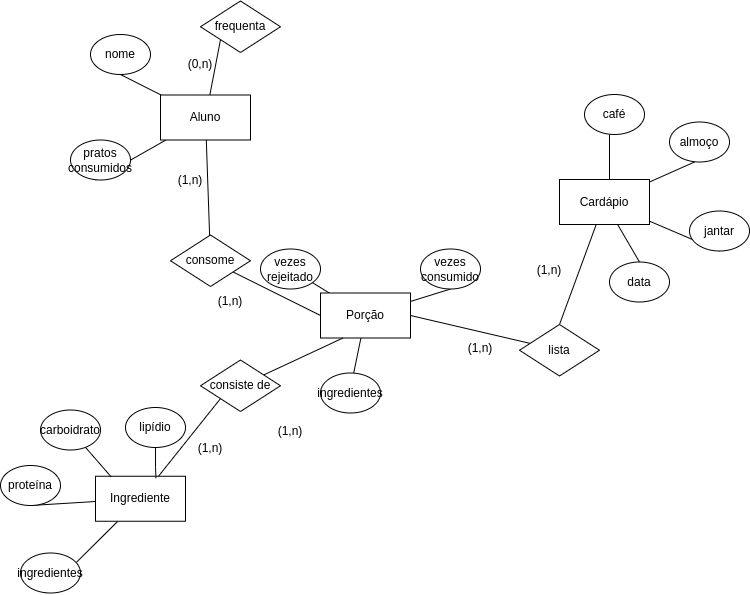
This is lab03/images/ER.png from yvensiveis/mc536, a draw.io export, as it was before one commit. Source tidied: cells renumbered, new cells last; positions are measured from the earlier drawing's top-left corner, leaving out a move shared by most shapes. The source it was exported from:
```xml
<mxGraphModel>
  <root>
    <mxCell id="0" />
    <mxCell id="1" parent="0" />
    <mxCell id="2" style="rounded=0;jettySize=auto;html=1;entryX=0.417;entryY=1;entryDx=0;entryDy=0;entryPerimeter=0;endArrow=none;endFill=0;" parent="1" edge="1" source="7" target="10">
      <mxGeometry relative="1" as="geometry" />
    </mxCell>
    <mxCell id="3" style="edgeStyle=orthogonalEdgeStyle;rounded=0;jettySize=auto;html=1;endArrow=none;endFill=0;" parent="1" edge="1" source="7" target="9">
      <mxGeometry relative="1" as="geometry">
        <Array as="points">
          <mxPoint x="609" y="160.5" />
          <mxPoint x="609" y="160.5" />
        </Array>
      </mxGeometry>
    </mxCell>
    <mxCell id="4" style="rounded=0;jettySize=auto;html=1;entryX=0.5;entryY=1;entryDx=0;entryDy=0;endArrow=none;endFill=0;" parent="1" edge="1" source="7" target="11">
      <mxGeometry relative="1" as="geometry" />
    </mxCell>
    <mxCell id="5" style="rounded=0;jettySize=auto;html=1;entryX=0.5;entryY=0;entryDx=0;entryDy=0;endArrow=none;endFill=0;" parent="1" edge="1" source="7" target="12">
      <mxGeometry relative="1" as="geometry" />
    </mxCell>
    <mxCell id="6" style="rounded=0;jettySize=auto;html=1;entryX=0.5;entryY=0;entryDx=0;entryDy=0;endArrow=none;endFill=0;" parent="1" edge="1" source="7" target="33">
      <mxGeometry relative="1" as="geometry" />
    </mxCell>
    <mxCell id="7" style="rounded=0;whiteSpace=wrap;html=1;" parent="1" vertex="1">
      <mxGeometry x="559" y="178" width="90" height="45" as="geometry" />
    </mxCell>
    <mxCell id="8" value="Cardápio" style="text;html=1;strokeColor=none;fillColor=none;align=center;verticalAlign=middle;whiteSpace=wrap;rounded=0;" parent="1" vertex="1">
      <mxGeometry x="574" y="185.5" width="60" height="30" as="geometry" />
    </mxCell>
    <mxCell id="9" value="café" style="ellipse;whiteSpace=wrap;html=1;" parent="1" vertex="1">
      <mxGeometry x="584" y="93" width="60" height="40" as="geometry" />
    </mxCell>
    <mxCell id="10" value="almoço" style="ellipse;whiteSpace=wrap;html=1;" parent="1" vertex="1">
      <mxGeometry x="669" y="120.5" width="60" height="40" as="geometry" />
    </mxCell>
    <mxCell id="11" value="jantar" style="ellipse;whiteSpace=wrap;html=1;" parent="1" vertex="1">
      <mxGeometry x="689" y="209.5" width="60" height="40" as="geometry" />
    </mxCell>
    <mxCell id="12" value="data" style="ellipse;whiteSpace=wrap;html=1;" parent="1" vertex="1">
      <mxGeometry x="609" y="260.5" width="60" height="40" as="geometry" />
    </mxCell>
    <mxCell id="13" style="rounded=0;jettySize=auto;html=1;entryX=0.417;entryY=1;entryDx=0;entryDy=0;entryPerimeter=0;endArrow=none;endFill=0;" parent="1" edge="1" source="16" target="18">
      <mxGeometry relative="1" as="geometry" />
    </mxCell>
    <mxCell id="14" style="rounded=0;jettySize=auto;html=1;entryX=0.5;entryY=1;entryDx=0;entryDy=0;endArrow=none;endFill=0;" parent="1" edge="1" source="16" target="19">
      <mxGeometry relative="1" as="geometry" />
    </mxCell>
    <mxCell id="15" style="rounded=0;jettySize=auto;html=1;entryX=0;entryY=1;entryDx=0;entryDy=0;endArrow=none;endFill=0;" parent="1" edge="1" source="16" target="29">
      <mxGeometry relative="1" as="geometry" />
    </mxCell>
    <mxCell id="16" style="rounded=0;whiteSpace=wrap;html=1;" parent="1" vertex="1">
      <mxGeometry x="95" y="474.8" width="90" height="45" as="geometry" />
    </mxCell>
    <mxCell id="17" value="Ingrediente" style="text;html=1;strokeColor=none;fillColor=none;align=center;verticalAlign=middle;whiteSpace=wrap;rounded=0;" parent="1" vertex="1">
      <mxGeometry x="110" y="482.2" width="60" height="30" as="geometry" />
    </mxCell>
    <mxCell id="18" value="ingredientes" style="ellipse;whiteSpace=wrap;html=1;" parent="1" vertex="1">
      <mxGeometry x="20" y="551.5" width="60" height="40" as="geometry" />
    </mxCell>
    <mxCell id="19" value="proteína" style="ellipse;whiteSpace=wrap;html=1;" parent="1" vertex="1">
      <mxGeometry y="464" width="60" height="40" as="geometry" />
    </mxCell>
    <mxCell id="20" style="rounded=0;jettySize=auto;html=1;entryX=0.417;entryY=1;entryDx=0;entryDy=0;entryPerimeter=0;endArrow=none;endFill=0;" parent="1" edge="1" source="23" target="26">
      <mxGeometry relative="1" as="geometry" />
    </mxCell>
    <mxCell id="21" style="rounded=0;jettySize=auto;html=1;endArrow=none;endFill=0;" parent="1" edge="1" source="23" target="25">
      <mxGeometry relative="1" as="geometry" />
    </mxCell>
    <mxCell id="22" style="rounded=0;jettySize=auto;html=1;entryX=0.5;entryY=1;entryDx=0;entryDy=0;endArrow=none;endFill=0;" parent="1" edge="1" source="23" target="27">
      <mxGeometry relative="1" as="geometry" />
    </mxCell>
    <mxCell id="23" style="rounded=0;whiteSpace=wrap;html=1;" parent="1" vertex="1">
      <mxGeometry x="320" y="291.5" width="90" height="45" as="geometry" />
    </mxCell>
    <mxCell id="24" value="Porção" style="text;html=1;strokeColor=none;fillColor=none;align=center;verticalAlign=middle;whiteSpace=wrap;rounded=0;" parent="1" vertex="1">
      <mxGeometry x="335" y="299" width="60" height="30" as="geometry" />
    </mxCell>
    <mxCell id="25" value="vezes&lt;br&gt;rejeitado" style="ellipse;whiteSpace=wrap;html=1;" parent="1" vertex="1">
      <mxGeometry x="260" y="247.5" width="60" height="40" as="geometry" />
    </mxCell>
    <mxCell id="26" value="ingredientes" style="ellipse;whiteSpace=wrap;html=1;" parent="1" vertex="1">
      <mxGeometry x="320" y="371.5" width="60" height="40" as="geometry" />
    </mxCell>
    <mxCell id="27" value="vezes&lt;br&gt;consumido" style="ellipse;whiteSpace=wrap;html=1;" parent="1" vertex="1">
      <mxGeometry x="420" y="247.5" width="60" height="40" as="geometry" />
    </mxCell>
    <mxCell id="28" style="rounded=0;jettySize=auto;html=1;entryX=0.25;entryY=1;entryDx=0;entryDy=0;endArrow=none;endFill=0;" parent="1" edge="1" source="29" target="23">
      <mxGeometry relative="1" as="geometry" />
    </mxCell>
    <mxCell id="29" value="consiste de" style="rhombus;whiteSpace=wrap;html=1;" parent="1" vertex="1">
      <mxGeometry x="200" y="358.5" width="80" height="51.5" as="geometry" />
    </mxCell>
    <mxCell id="30" value="(1,n)" style="text;html=1;strokeColor=none;fillColor=none;align=center;verticalAlign=middle;whiteSpace=wrap;rounded=0;" parent="1" vertex="1">
      <mxGeometry x="180" y="431.5" width="60" height="30" as="geometry" />
    </mxCell>
    <mxCell id="31" value="(1,n)" style="text;html=1;strokeColor=none;fillColor=none;align=center;verticalAlign=middle;whiteSpace=wrap;rounded=0;" parent="1" vertex="1">
      <mxGeometry x="260" y="415" width="60" height="30" as="geometry" />
    </mxCell>
    <mxCell id="32" style="rounded=0;jettySize=auto;html=1;entryX=1;entryY=0.5;entryDx=0;entryDy=0;endArrow=none;endFill=0;" parent="1" edge="1" source="33" target="23">
      <mxGeometry relative="1" as="geometry" />
    </mxCell>
    <mxCell id="33" value="lista" style="rhombus;whiteSpace=wrap;html=1;" parent="1" vertex="1">
      <mxGeometry x="519" y="323" width="80" height="51.5" as="geometry" />
    </mxCell>
    <mxCell id="34" value="(1,n)" style="text;html=1;strokeColor=none;fillColor=none;align=center;verticalAlign=middle;whiteSpace=wrap;rounded=0;" parent="1" vertex="1">
      <mxGeometry x="450" y="331.5" width="60" height="30" as="geometry" />
    </mxCell>
    <mxCell id="35" style="rounded=0;jettySize=auto;html=1;entryX=0.174;entryY=0.013;entryDx=0;entryDy=0;entryPerimeter=0;endArrow=none;endFill=0;" parent="1" edge="1" source="36" target="16">
      <mxGeometry relative="1" as="geometry" />
    </mxCell>
    <mxCell id="36" value="carboidrato" style="ellipse;whiteSpace=wrap;html=1;" parent="1" vertex="1">
      <mxGeometry x="40" y="408.5" width="60" height="40" as="geometry" />
    </mxCell>
    <mxCell id="37" style="edgeStyle=orthogonalEdgeStyle;rounded=0;jettySize=auto;html=1;entryX=0.672;entryY=0.043;entryDx=0;entryDy=0;entryPerimeter=0;endArrow=none;endFill=0;" parent="1" edge="1" source="38" target="16">
      <mxGeometry relative="1" as="geometry" />
    </mxCell>
    <mxCell id="38" value="lipídio" style="ellipse;whiteSpace=wrap;html=1;" parent="1" vertex="1">
      <mxGeometry x="125" y="406" width="60" height="40" as="geometry" />
    </mxCell>
    <mxCell id="39" style="rounded=0;jettySize=auto;html=1;entryX=0.417;entryY=1;entryDx=0;entryDy=0;entryPerimeter=0;endArrow=none;endFill=0;" parent="1" edge="1" source="43" target="45">
      <mxGeometry relative="1" as="geometry" />
    </mxCell>
    <mxCell id="40" style="rounded=0;jettySize=auto;html=1;entryX=0.5;entryY=1;entryDx=0;entryDy=0;endArrow=none;endFill=0;" parent="1" edge="1" source="43" target="46">
      <mxGeometry relative="1" as="geometry" />
    </mxCell>
    <mxCell id="41" style="rounded=0;jettySize=auto;html=1;entryX=0;entryY=1;entryDx=0;entryDy=0;endArrow=none;endFill=0;" parent="1" edge="1" source="43" target="47">
      <mxGeometry relative="1" as="geometry" />
    </mxCell>
    <mxCell id="42" style="rounded=0;jettySize=auto;html=1;endArrow=none;endFill=0;" parent="1" edge="1" source="43" target="50">
      <mxGeometry relative="1" as="geometry" />
    </mxCell>
    <mxCell id="43" style="rounded=0;whiteSpace=wrap;html=1;" parent="1" vertex="1">
      <mxGeometry x="160" y="93.5" width="90" height="45" as="geometry" />
    </mxCell>
    <mxCell id="44" value="Aluno" style="text;html=1;strokeColor=none;fillColor=none;align=center;verticalAlign=middle;whiteSpace=wrap;rounded=0;" parent="1" vertex="1">
      <mxGeometry x="175" y="101" width="60" height="30" as="geometry" />
    </mxCell>
    <mxCell id="45" value="pratos consumidos" style="ellipse;whiteSpace=wrap;html=1;" parent="1" vertex="1">
      <mxGeometry x="70" y="138.5" width="60" height="40" as="geometry" />
    </mxCell>
    <mxCell id="46" value="nome" style="ellipse;whiteSpace=wrap;html=1;" parent="1" vertex="1">
      <mxGeometry x="90" y="33" width="60" height="40" as="geometry" />
    </mxCell>
    <mxCell id="47" value="frequenta" style="rhombus;whiteSpace=wrap;html=1;" parent="1" vertex="1">
      <mxGeometry x="200" y="-0.5" width="80" height="51.5" as="geometry" />
    </mxCell>
    <mxCell id="48" value="(0,n)" style="text;html=1;strokeColor=none;fillColor=none;align=center;verticalAlign=middle;whiteSpace=wrap;rounded=0;" parent="1" vertex="1">
      <mxGeometry x="170" y="48" width="60" height="30" as="geometry" />
    </mxCell>
    <mxCell id="49" style="rounded=0;jettySize=auto;html=1;entryX=0;entryY=0.5;entryDx=0;entryDy=0;endArrow=none;endFill=0;" parent="1" edge="1" source="50" target="23">
      <mxGeometry relative="1" as="geometry" />
    </mxCell>
    <mxCell id="50" value="consome" style="rhombus;whiteSpace=wrap;html=1;" parent="1" vertex="1">
      <mxGeometry x="170" y="233.5" width="80" height="51.5" as="geometry" />
    </mxCell>
    <mxCell id="51" value="(1,n)" style="text;html=1;strokeColor=none;fillColor=none;align=center;verticalAlign=middle;whiteSpace=wrap;rounded=0;" parent="1" vertex="1">
      <mxGeometry x="160" y="164" width="60" height="30" as="geometry" />
    </mxCell>
    <mxCell id="52" value="(1,n)" style="text;html=1;strokeColor=none;fillColor=none;align=center;verticalAlign=middle;whiteSpace=wrap;rounded=0;" parent="1" vertex="1">
      <mxGeometry x="200" y="285" width="60" height="30" as="geometry" />
    </mxCell>
    <mxCell id="53" value="(1,n)" style="text;html=1;strokeColor=none;fillColor=none;align=center;verticalAlign=middle;whiteSpace=wrap;rounded=0;" parent="1" vertex="1">
      <mxGeometry x="519" y="254" width="60" height="30" as="geometry" />
    </mxCell>
  </root>
</mxGraphModel>
```
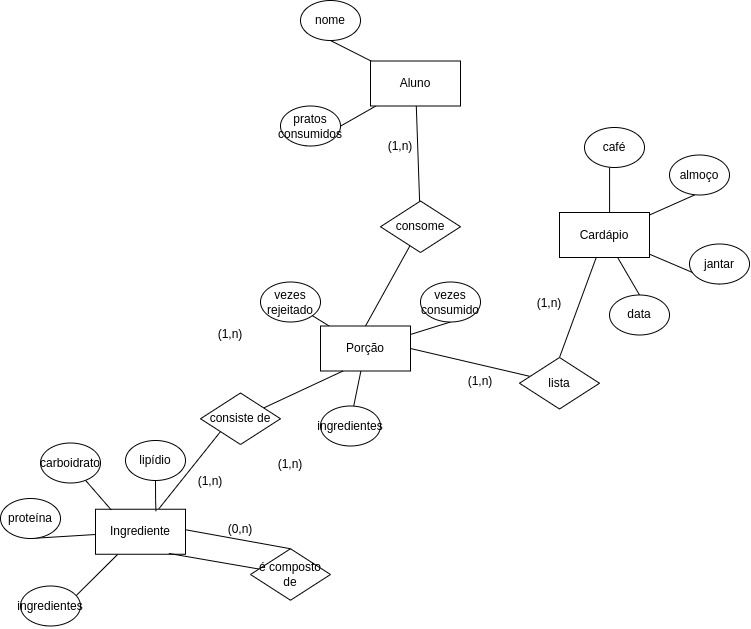
The same file after the commit.

What changed in the source:
```diff
@@ -118,50 +118,55 @@
     <mxCell id="38" value="lipídio" style="ellipse;whiteSpace=wrap;html=1;" parent="1" vertex="1">
       <mxGeometry x="125" y="406" width="60" height="40" as="geometry" />
     </mxCell>
-    <mxCell id="39" style="rounded=0;jettySize=auto;html=1;entryX=0.417;entryY=1;entryDx=0;entryDy=0;entryPerimeter=0;endArrow=none;endFill=0;" parent="1" edge="1" source="43" target="45">
+    <mxCell id="39" style="rounded=0;jettySize=auto;html=1;entryX=0.417;entryY=1;entryDx=0;entryDy=0;entryPerimeter=0;endArrow=none;endFill=0;" parent="1" edge="1" source="42" target="44">
       <mxGeometry relative="1" as="geometry" />
     </mxCell>
-    <mxCell id="40" style="rounded=0;jettySize=auto;html=1;entryX=0.5;entryY=1;entryDx=0;entryDy=0;endArrow=none;endFill=0;" parent="1" edge="1" source="43" target="46">
+    <mxCell id="40" style="rounded=0;jettySize=auto;html=1;entryX=0.5;entryY=1;entryDx=0;entryDy=0;endArrow=none;endFill=0;" parent="1" edge="1" source="42" target="45">
       <mxGeometry relative="1" as="geometry" />
     </mxCell>
-    <mxCell id="41" style="rounded=0;jettySize=auto;html=1;entryX=0;entryY=1;entryDx=0;entryDy=0;endArrow=none;endFill=0;" parent="1" edge="1" source="43" target="47">
+    <mxCell id="41" style="rounded=0;jettySize=auto;html=1;endArrow=none;endFill=0;" parent="1" edge="1" source="42" target="47">
       <mxGeometry relative="1" as="geometry" />
     </mxCell>
-    <mxCell id="42" style="rounded=0;jettySize=auto;html=1;endArrow=none;endFill=0;" parent="1" edge="1" source="43" target="50">
-      <mxGeometry relative="1" as="geometry" />
+    <mxCell id="42" style="rounded=0;whiteSpace=wrap;html=1;" parent="1" vertex="1">
+      <mxGeometry x="370" y="26.5" width="90" height="45" as="geometry" />
     </mxCell>
-    <mxCell id="43" style="rounded=0;whiteSpace=wrap;html=1;" parent="1" vertex="1">
-      <mxGeometry x="160" y="93.5" width="90" height="45" as="geometry" />
+    <mxCell id="43" value="Aluno" style="text;html=1;strokeColor=none;fillColor=none;align=center;verticalAlign=middle;whiteSpace=wrap;rounded=0;" parent="1" vertex="1">
+      <mxGeometry x="385" y="34" width="60" height="30" as="geometry" />
     </mxCell>
-    <mxCell id="44" value="Aluno" style="text;html=1;strokeColor=none;fillColor=none;align=center;verticalAlign=middle;whiteSpace=wrap;rounded=0;" parent="1" vertex="1">
-      <mxGeometry x="175" y="101" width="60" height="30" as="geometry" />
+    <mxCell id="44" value="pratos consumidos" style="ellipse;whiteSpace=wrap;html=1;" parent="1" vertex="1">
+      <mxGeometry x="280" y="71.5" width="60" height="40" as="geometry" />
     </mxCell>
-    <mxCell id="45" value="pratos consumidos" style="ellipse;whiteSpace=wrap;html=1;" parent="1" vertex="1">
-      <mxGeometry x="70" y="138.5" width="60" height="40" as="geometry" />
+    <mxCell id="45" value="nome" style="ellipse;whiteSpace=wrap;html=1;" parent="1" vertex="1">
+      <mxGeometry x="300" y="-34" width="60" height="40" as="geometry" />
     </mxCell>
-    <mxCell id="46" value="nome" style="ellipse;whiteSpace=wrap;html=1;" parent="1" vertex="1">
-      <mxGeometry x="90" y="33" width="60" height="40" as="geometry" />
+    <mxCell id="46" style="rounded=0;jettySize=auto;html=1;entryX=0.5;entryY=0;entryDx=0;entryDy=0;endArrow=none;endFill=0;" parent="1" edge="1" source="47" target="23">
+      <mxGeometry relative="1" as="geometry" />
     </mxCell>
-    <mxCell id="47" value="frequenta" style="rhombus;whiteSpace=wrap;html=1;" parent="1" vertex="1">
-      <mxGeometry x="200" y="-0.5" width="80" height="51.5" as="geometry" />
+    <mxCell id="47" value="consome" style="rhombus;whiteSpace=wrap;html=1;" parent="1" vertex="1">
+      <mxGeometry x="380" y="166.5" width="80" height="51.5" as="geometry" />
     </mxCell>
-    <mxCell id="48" value="(0,n)" style="text;html=1;strokeColor=none;fillColor=none;align=center;verticalAlign=middle;whiteSpace=wrap;rounded=0;" parent="1" vertex="1">
-      <mxGeometry x="170" y="48" width="60" height="30" as="geometry" />
+    <mxCell id="48" value="(1,n)" style="text;html=1;strokeColor=none;fillColor=none;align=center;verticalAlign=middle;whiteSpace=wrap;rounded=0;" parent="1" vertex="1">
+      <mxGeometry x="370" y="97" width="60" height="30" as="geometry" />
     </mxCell>
-    <mxCell id="49" style="rounded=0;jettySize=auto;html=1;entryX=0;entryY=0.5;entryDx=0;entryDy=0;endArrow=none;endFill=0;" parent="1" edge="1" source="50" target="23">
-      <mxGeometry relative="1" as="geometry" />
+    <mxCell id="49" value="(1,n)" style="text;html=1;strokeColor=none;fillColor=none;align=center;verticalAlign=middle;whiteSpace=wrap;rounded=0;" parent="1" vertex="1">
+      <mxGeometry x="200" y="285" width="60" height="30" as="geometry" />
     </mxCell>
-    <mxCell id="50" value="consome" style="rhombus;whiteSpace=wrap;html=1;" parent="1" vertex="1">
-      <mxGeometry x="170" y="233.5" width="80" height="51.5" as="geometry" />
+    <mxCell id="50" value="(1,n)" style="text;html=1;strokeColor=none;fillColor=none;align=center;verticalAlign=middle;whiteSpace=wrap;rounded=0;" parent="1" vertex="1">
+      <mxGeometry x="519" y="254" width="60" height="30" as="geometry" />
     </mxCell>
-    <mxCell id="51" value="(1,n)" style="text;html=1;strokeColor=none;fillColor=none;align=center;verticalAlign=middle;whiteSpace=wrap;rounded=0;" parent="1" vertex="1">
-      <mxGeometry x="160" y="164" width="60" height="30" as="geometry" />
+    <mxCell id="51" style="rounded=0;jettySize=auto;html=1;endArrow=none;endFill=0;exitX=0.5;exitY=0;exitDx=0;exitDy=0;entryX=1;entryY=0.5;entryDx=0;entryDy=0;" parent="1" edge="1" source="53">
+      <mxGeometry relative="1" as="geometry">
+        <mxPoint x="185" y="495.2" as="targetPoint" />
+      </mxGeometry>
     </mxCell>
-    <mxCell id="52" value="(1,n)" style="text;html=1;strokeColor=none;fillColor=none;align=center;verticalAlign=middle;whiteSpace=wrap;rounded=0;" parent="1" vertex="1">
-      <mxGeometry x="200" y="285" width="60" height="30" as="geometry" />
+    <mxCell id="52" style="rounded=0;jettySize=auto;html=1;entryX=0.815;entryY=0.982;entryDx=0;entryDy=0;entryPerimeter=0;endArrow=none;endFill=0;" parent="1" edge="1" source="53" target="16">
+      <mxGeometry relative="1" as="geometry" />
     </mxCell>
-    <mxCell id="53" value="(1,n)" style="text;html=1;strokeColor=none;fillColor=none;align=center;verticalAlign=middle;whiteSpace=wrap;rounded=0;" parent="1" vertex="1">
-      <mxGeometry x="519" y="254" width="60" height="30" as="geometry" />
+    <mxCell id="53" value="é composto de" style="rhombus;whiteSpace=wrap;html=1;" parent="1" vertex="1">
+      <mxGeometry x="250" y="514.2" width="80" height="51.5" as="geometry" />
     </mxCell>
+    <mxCell id="54" value="(0,n)" style="text;html=1;strokeColor=none;fillColor=none;align=center;verticalAlign=middle;whiteSpace=wrap;rounded=0;" parent="1" vertex="1">
+      <mxGeometry x="210" y="480" width="60" height="30" as="geometry" />
+    </mxCell>
   </root>
 </mxGraphModel>
```
